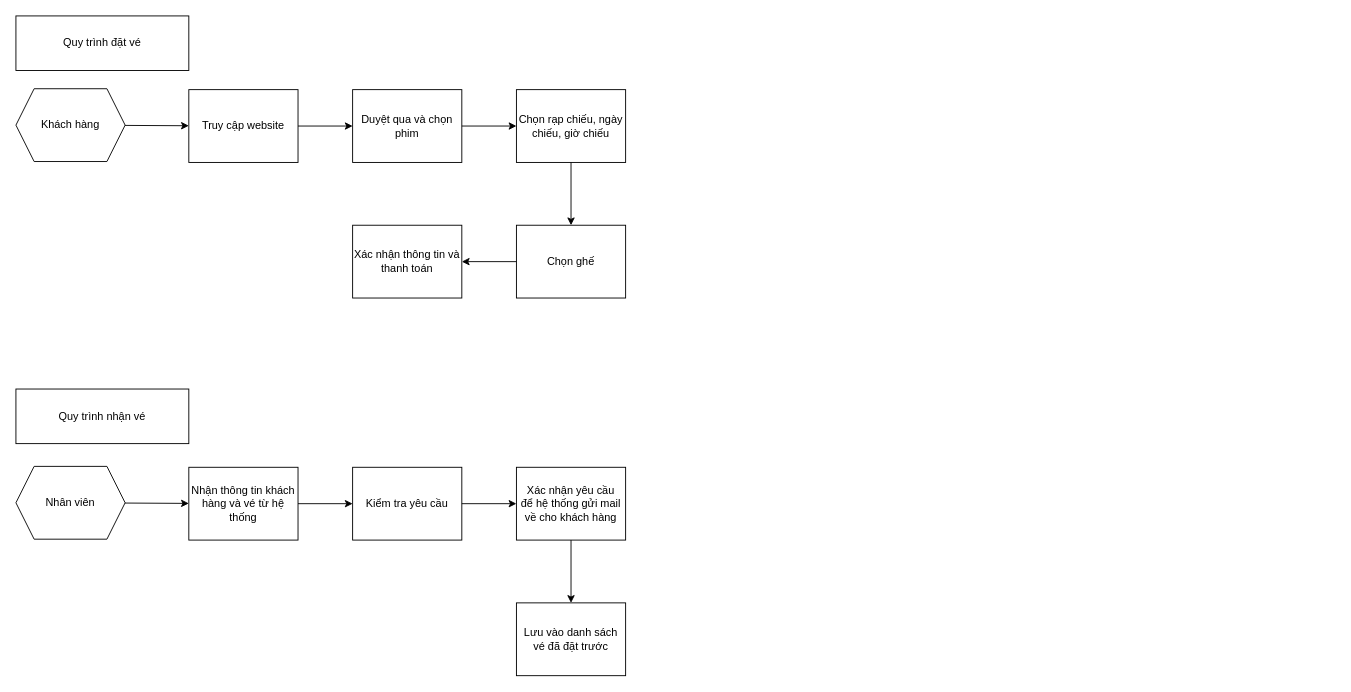
Above: Biểu đồ không có tiêu đề.drawio in gi4n9/BTLKTPM (draw.io), before the change. Source tidied: cells renumbered, new cells numbered last; positions are measured from the earlier drawing's top-left corner, leaving out a move shared by most shapes. Both pictures are drawn from the tidied source at 91%, with x=0, y=0 at pixel (15, 15).
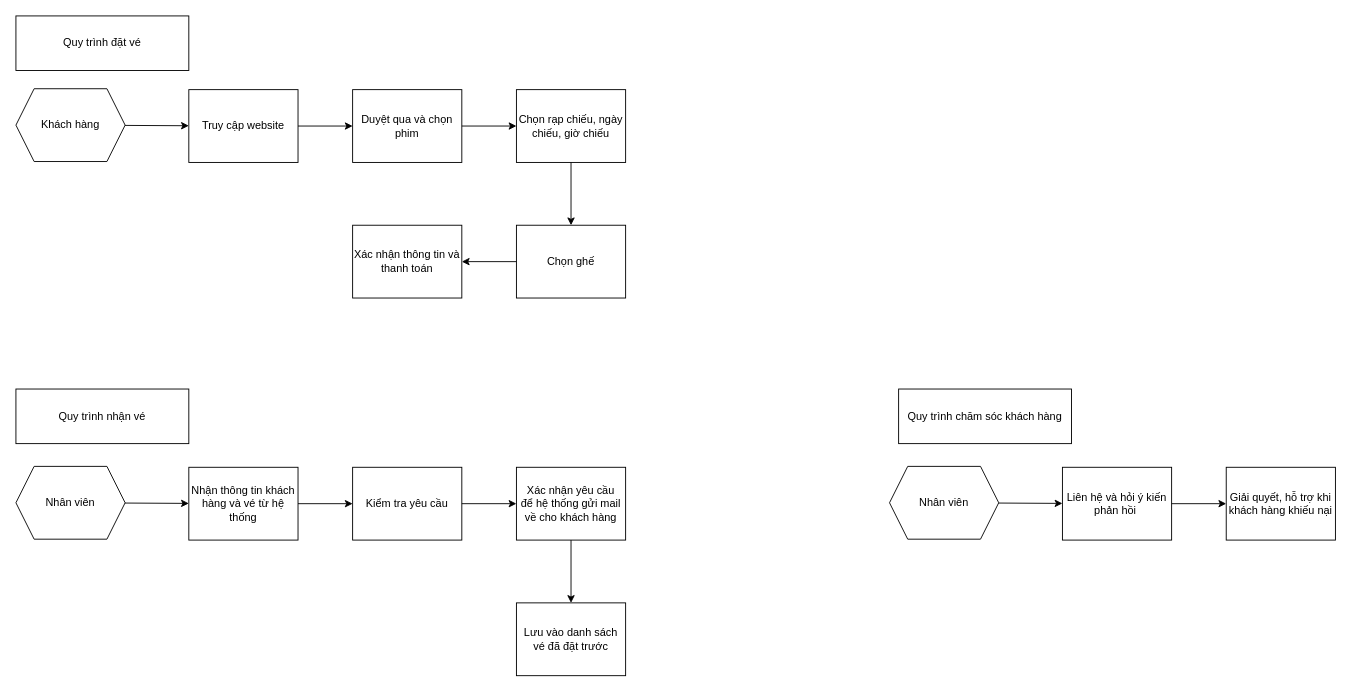
Above is the later version.

Commit message (it also covers changes not shown here):
Cập nhật Biểu đồ không có tiêu đề.drawio

What changed in the source:
```diff
@@
+    <mxCell id="24" value="Nhân viên" style="shape=hexagon;perimeter=hexagonPerimeter2;whiteSpace=wrap;html=1;fixedSize=1;" parent="1" vertex="1">
+      <mxGeometry x="960" y="495" width="120" height="80" as="geometry" />
+    </mxCell>
+    <mxCell id="25" value="Liên hệ và hỏi ý kiến phản hồi&amp;nbsp;" style="rounded=0;whiteSpace=wrap;html=1;" parent="1" vertex="1">
+      <mxGeometry x="1150" y="496" width="120" height="80" as="geometry" />
+    </mxCell>
+    <mxCell id="26" value="Giải quyết, hỗ trợ khi khách hàng khiếu nại" style="rounded=0;whiteSpace=wrap;html=1;" parent="1" vertex="1">
+      <mxGeometry x="1330" y="496" width="120" height="80" as="geometry" />
+    </mxCell>
+    <mxCell id="27" style="endArrow=classic;html=1;rounded=0;" parent="1" edge="1" source="24" target="25">
+      <mxGeometry relative="1" as="geometry" />
+    </mxCell>
+    <mxCell id="28" style="endArrow=classic;html=1;rounded=0;" parent="1" edge="1" source="25" target="26">
+      <mxGeometry relative="1" as="geometry" />
+    </mxCell>
+    <mxCell id="29" value="Quy trình chăm sóc khách hàng" style="rounded=0;whiteSpace=wrap;html=1;" parent="1" vertex="1">
+      <mxGeometry x="970" y="410" width="190" height="60" as="geometry" />
+    </mxCell>
```
